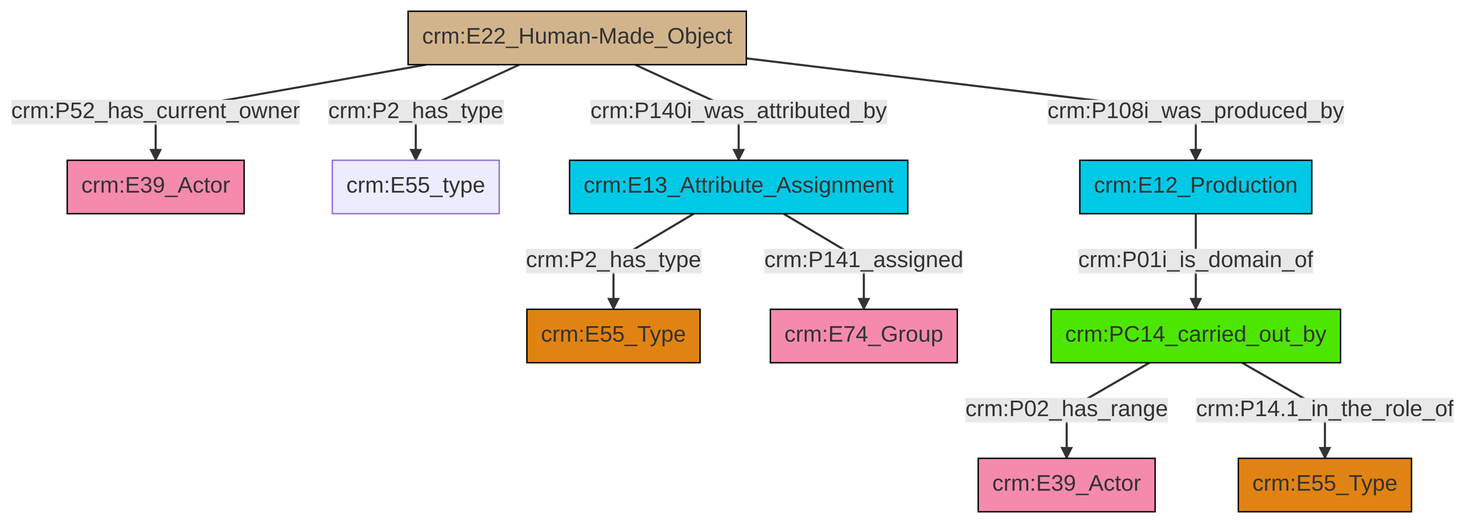
swiss-art-research-net/reference-data-models keeps this Mermaid diagram as et/builtWorkCSV/ttl/mmd/png/Built_Work_actor_relations.png. Above is the earlier version. Its source is kept beside it as et/builtWorkCSV/ttl/mmd/Built_Work_actor_relations.ttl.mmd.
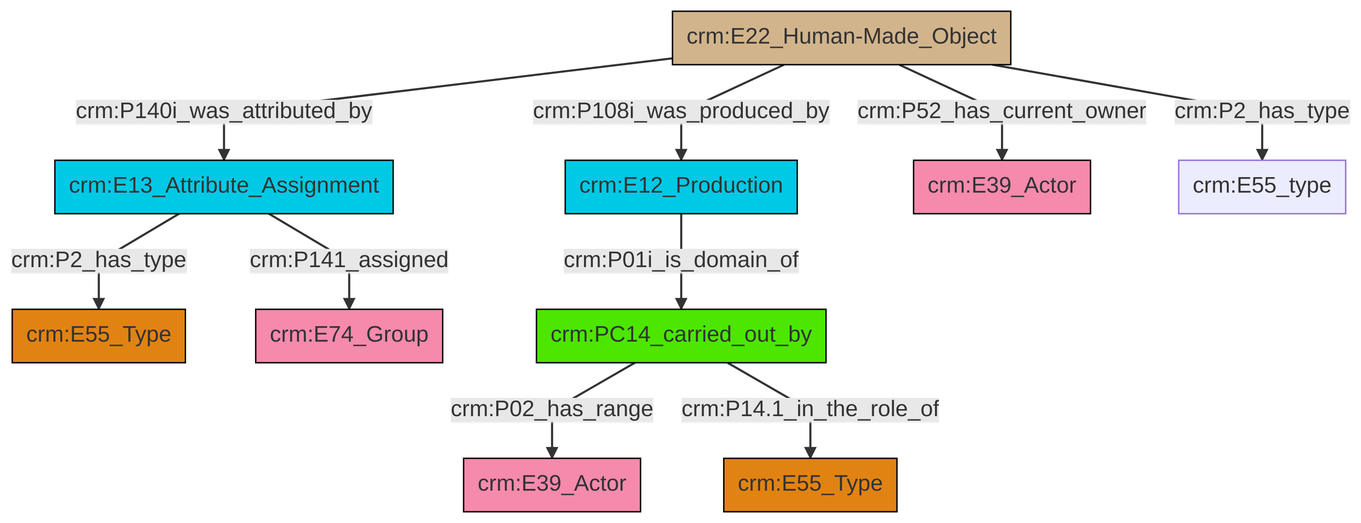
The same file after the commit.

The edit, as a diff of the source:
```diff
@@ -13,12 +13,12 @@
 classDef PC_Classes fill:#4ce600, stroke:#000000;
 classDef Multi fill:#cccccc,stroke:#000000;
 
-0["crm:E22_Human-Made_Object"]:::Physical_Thing -->|crm:P52_has_current_owner| 1["crm:E39_Actor"]:::Actor
-0["crm:E22_Human-Made_Object"]:::Physical_Thing -->|crm:P2_has_type| 2["crm:E55_type"]:::Default
-6["crm:E13_Attribute_Assignment"]:::Temporal_Entity -->|crm:P141_assigned| 7["crm:E74_Group"]:::Actor
-11["crm:E12_Production"]:::Temporal_Entity -->|crm:P01i_is_domain_of| 12["crm:PC14_carried_out_by"]:::PC_Classes
-12["crm:PC14_carried_out_by"]:::PC_Classes -->|crm:P02_has_range| 13["crm:E39_Actor"]:::Actor
-6["crm:E13_Attribute_Assignment"]:::Temporal_Entity -->|crm:P2_has_type| 3["crm:E55_Type"]:::Type
-0["crm:E22_Human-Made_Object"]:::Physical_Thing -->|crm:P108i_was_produced_by| 11["crm:E12_Production"]:::Temporal_Entity
-0["crm:E22_Human-Made_Object"]:::Physical_Thing -->|crm:P140i_was_attributed_by| 6["crm:E13_Attribute_Assignment"]:::Temporal_Entity
-12["crm:PC14_carried_out_by"]:::PC_Classes -->|crm:P14.1_in_the_role_of| 14["crm:E55_Type"]:::Type
+0["crm:E13_Attribute_Assignment"]:::Temporal_Entity -->|crm:P2_has_type| 1["crm:E55_Type"]:::Type
+2["crm:E22_Human-Made_Object"]:::Physical_Thing -->|crm:P140i_was_attributed_by| 0["crm:E13_Attribute_Assignment"]:::Temporal_Entity
+12["crm:PC14_carried_out_by"]:::PC_Classes -->|crm:P02_has_range| 4["crm:E39_Actor"]:::Actor
+0["crm:E13_Attribute_Assignment"]:::Temporal_Entity -->|crm:P141_assigned| 13["crm:E74_Group"]:::Actor
+2["crm:E22_Human-Made_Object"]:::Physical_Thing -->|crm:P108i_was_produced_by| 10["crm:E12_Production"]:::Temporal_Entity
+2["crm:E22_Human-Made_Object"]:::Physical_Thing -->|crm:P52_has_current_owner| 6["crm:E39_Actor"]:::Actor
+12["crm:PC14_carried_out_by"]:::PC_Classes -->|crm:P14.1_in_the_role_of| 18["crm:E55_Type"]:::Type
+10["crm:E12_Production"]:::Temporal_Entity -->|crm:P01i_is_domain_of| 12["crm:PC14_carried_out_by"]:::PC_Classes
+2["crm:E22_Human-Made_Object"]:::Physical_Thing -->|crm:P2_has_type| 16["crm:E55_type"]:::Default
```
